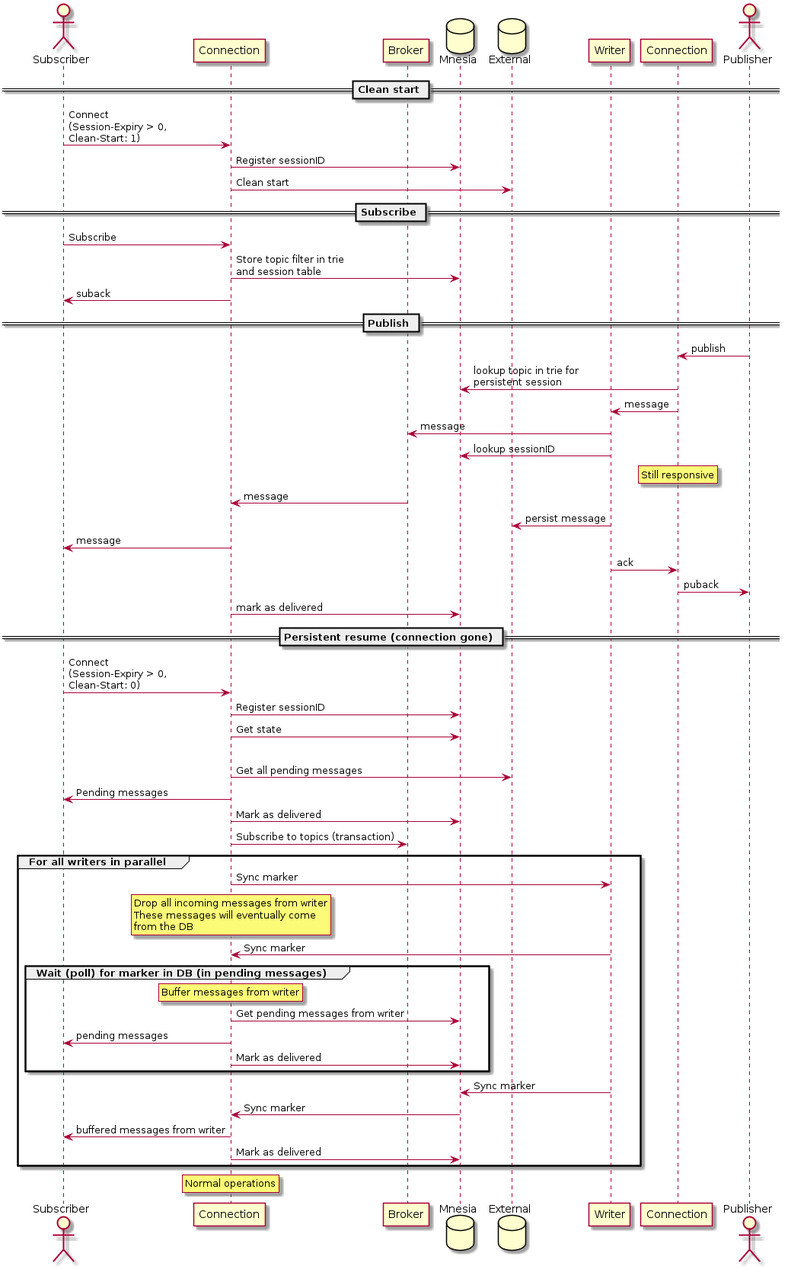
The PlantUML diagram active/0011-assets/flows.png in emqx/eip, before a commit.
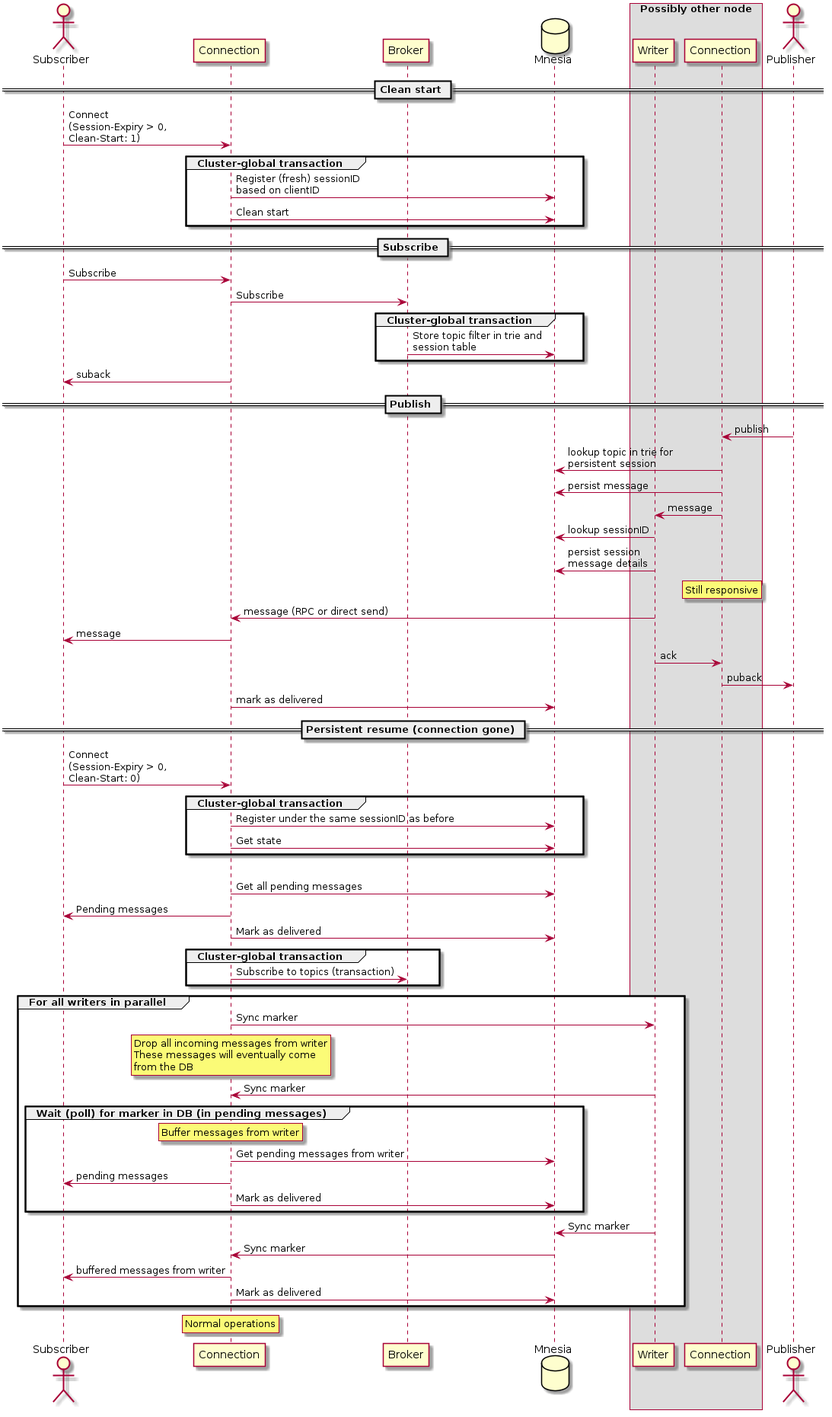
Later version of the same file.

Commit message:
Expand more on message routing and initialization of persistent sessions

What changed in the source:
```diff
@@ -4,32 +4,38 @@
 participant Connection as subcon
 participant Broker as broker
 database Mnesia as mnesia
-database External as external
-participant Writer as writer
-participant Connection as pubcon
+box "Possibly other node"
+  participant Writer as writer
+  participant Connection as pubcon
+end box
 actor Publisher as pub
 
 == Clean start ==
 sub -> subcon : Connect\n(Session-Expiry > 0,\nClean-Start: 1)
-subcon -> mnesia : Register sessionID
-subcon -> external : Clean start
+group Cluster-global transaction
+  subcon -> mnesia : Register (fresh) sessionID\nbased on clientID
+  subcon -> mnesia : Clean start
+end
 
 == Subscribe ==
 sub -> subcon : Subscribe
-subcon -> mnesia : Store topic filter in trie\nand session table
+subcon -> broker : Subscribe
+group Cluster-global transaction
+  broker -> mnesia : Store topic filter in trie and\nsession table
+end group
 subcon -> sub : suback
 
 == Publish ==
 pub -> pubcon : publish
 pubcon -> mnesia : lookup topic in trie for\npersistent session
+pubcon -> mnesia : persist message
 pubcon -> writer : message
-writer -> broker : message
 writer -> mnesia : lookup sessionID
+writer -> mnesia : persist session\nmessage details
 rnote over pubcon
   Still responsive
 endrnote
-broker -> subcon : message
-writer -> external : persist message
+writer -> subcon : message (RPC or direct send)
 subcon -> sub : message
 writer -> pubcon : ack
 pubcon -> pub : puback
@@ -38,13 +44,17 @@
 
 == Persistent resume (connection gone) ==
 sub -> subcon : Connect\n(Session-Expiry > 0,\nClean-Start: 0)
-subcon -> mnesia : Register sessionID
-subcon -> mnesia : Get state
+group Cluster-global transaction
+  subcon -> mnesia : Register under the same sessionID as before
+  subcon -> mnesia : Get state
+end group
 group Recovery state machine
-  subcon -> external : Get all pending messages
+  subcon -> mnesia : Get all pending messages
   subcon -> sub : Pending messages
   subcon -> mnesia : Mark as delivered
-  subcon -> broker : Subscribe to topics (transaction)
+  group Cluster-global transaction
+    subcon -> broker : Subscribe to topics (transaction)
+  end group
   group For all writers in parallel
     subcon -> writer : Sync marker
     rnote over subcon
```
